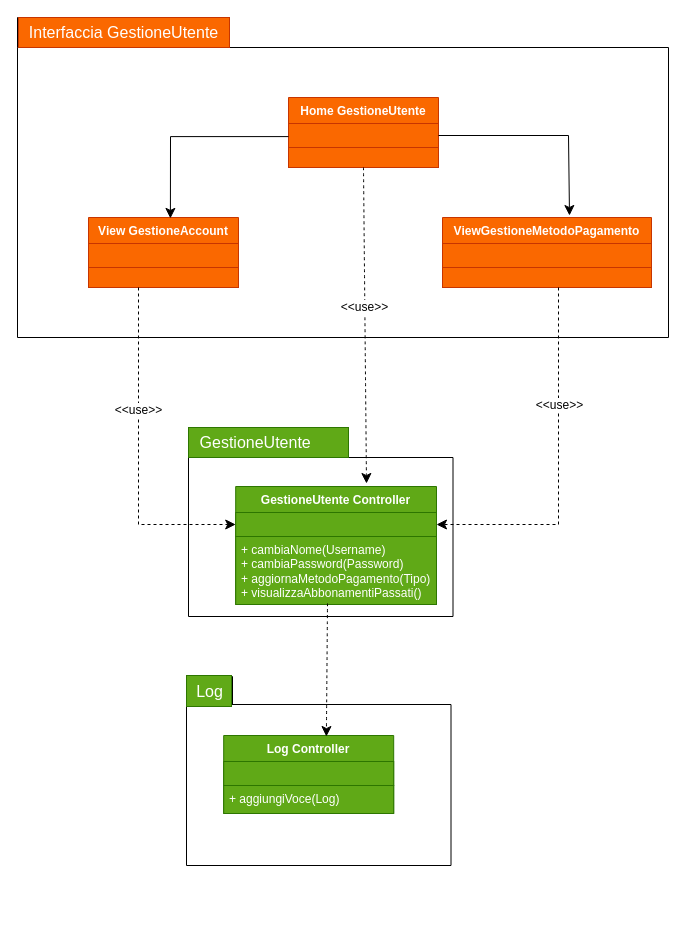
Above: Diagrammi_Package/Classi/Diagramma senza titolo.drawio in JosephBoom02/Progetto_Ingegneria_del_Software (draw.io), before the change. Source tidied: cells renumbered, new cells numbered last; positions are measured from the earlier drawing's top-left corner, leaving out a move shared by most shapes. Both pictures are drawn from the tidied source at 100%, with x=0, y=0 at pixel (17, 17).
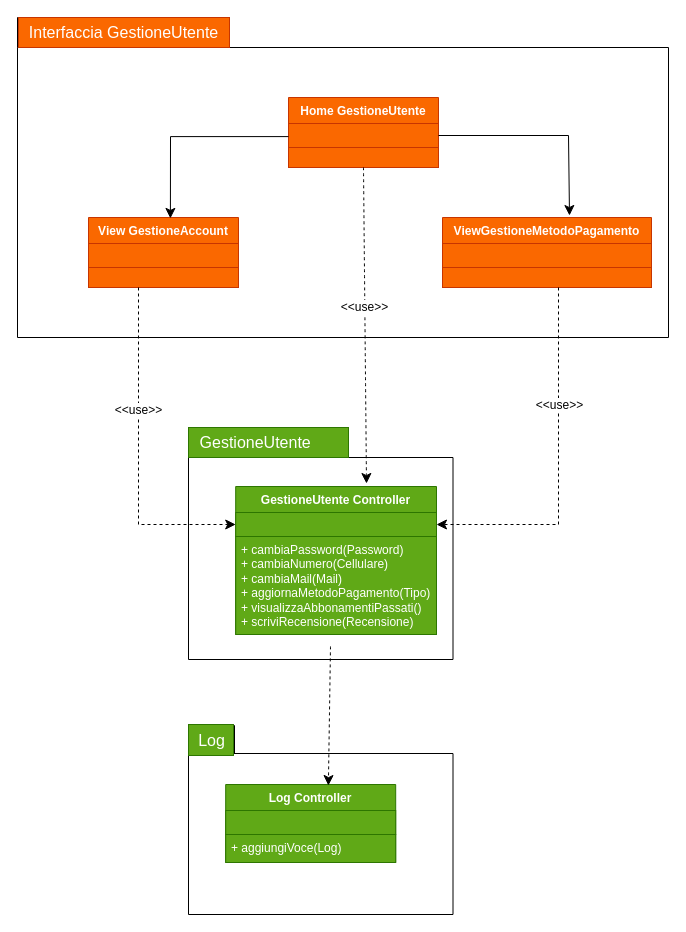
Above is the later version.

Change to the diagram source:
```diff
@@
     <mxCell id="5" style="shape=folder;fontStyle=1;spacingTop=10;tabWidth=156;tabHeight=30;tabPosition=left;html=1;whiteSpace=wrap;" parent="1" vertex="1">
-      <mxGeometry x="171" y="410" width="264.5" height="189" as="geometry" />
+      <mxGeometry x="171" y="410" width="264.5" height="232" as="geometry" />
     </mxCell>
@@
     <mxCell id="19" value="&lt;font color=&quot;#ffffff&quot;&gt;GestioneUtente Controller&lt;br&gt;&lt;/font&gt;" style="swimlane;fontStyle=1;align=center;verticalAlign=top;horizontal=1;startSize=26;whiteSpace=wrap;html=1;fillColor=#60a917;fontColor=#ffffff;strokeColor=#2D7600;" parent="1" vertex="1">
-      <mxGeometry x="218.2" y="469" width="200.8" height="118" as="geometry" />
+      <mxGeometry x="218.2" y="469" width="200.8" height="148" as="geometry" />
     </mxCell>
@@
-    <mxCell id="22" value="&lt;div&gt;+ cambiaNome(Username)&lt;/div&gt;&lt;div&gt;+ cambiaPassword(Password)&lt;br&gt;&lt;/div&gt;&lt;div&gt;+ aggiornaMetodoPagamento(Tipo)&lt;br&gt;&lt;/div&gt;&lt;div&gt;+ visualizzaAbbonamentiPassati()&lt;br&gt;&lt;/div&gt;" style="text;strokeColor=#2D7600;fillColor=#60a917;align=left;verticalAlign=top;spacingLeft=4;spacingRight=4;overflow=hidden;whiteSpace=wrap;html=1;fontColor=#ffffff;" parent="19" vertex="1">
-      <mxGeometry y="50" width="200.8" height="68" as="geometry" />
+    <mxCell id="22" value="&lt;div&gt;&lt;span style=&quot;background-color: initial;&quot;&gt;+ cambiaPassword(Password)&lt;/span&gt;&lt;br&gt;&lt;/div&gt;&lt;div&gt;+ cambiaNumero(Cellulare)&lt;/div&gt;&lt;div&gt;+ cambiaMail(Mail)&lt;/div&gt;&lt;div&gt;+ aggiornaMetodoPagamento(Tipo)&lt;br&gt;&lt;/div&gt;&lt;div&gt;+ visualizzaAbbonamentiPassati()&lt;br&gt;&lt;/div&gt;&lt;div&gt;+ scriviRecensione(Recensione)&lt;/div&gt;" style="text;strokeColor=#2D7600;fillColor=#60a917;align=left;verticalAlign=top;spacingLeft=4;spacingRight=4;overflow=hidden;whiteSpace=wrap;html=1;fontColor=#ffffff;" parent="19" vertex="1">
+      <mxGeometry y="50" width="200.8" height="98" as="geometry" />
     </mxCell>
@@
     <mxCell id="32" style="shape=folder;fontStyle=1;spacingTop=10;tabWidth=46;tabHeight=28;tabPosition=left;html=1;whiteSpace=wrap;" parent="1" vertex="1">
-      <mxGeometry x="169" y="659" width="264.5" height="189" as="geometry" />
+      <mxGeometry x="171" y="708" width="264.5" height="189" as="geometry" />
     </mxCell>
     <mxCell id="33" value="Log" style="text;html=1;align=center;verticalAlign=middle;fontSize=16;fillColor=#60a917;fontColor=#ffffff;strokeColor=#2D7600;" parent="1" vertex="1">
-      <mxGeometry x="169" y="658" width="45" height="31" as="geometry" />
+      <mxGeometry x="171" y="707" width="45" height="31" as="geometry" />
     </mxCell>
     <mxCell id="34" value="Log Controller" style="swimlane;fontStyle=1;align=center;verticalAlign=top;horizontal=1;startSize=26;whiteSpace=wrap;html=1;fillColor=#60a917;fontColor=#ffffff;strokeColor=#2D7600;" parent="1" vertex="1">
-      <mxGeometry x="206.2" y="718" width="170" height="78" as="geometry" />
+      <mxGeometry x="208.2" y="767" width="170" height="78" as="geometry" />
     </mxCell>
@@
     <mxCell id="38" style="edgeStyle=none;curved=1;rounded=0;jettySize=auto;html=1;entryX=0.604;entryY=0.013;entryDx=0;entryDy=0;entryPerimeter=0;fontSize=12;startSize=8;endSize=8;dashed=1;" parent="1" edge="1" target="34">
       <mxGeometry relative="1" as="geometry">
-        <mxPoint x="310" y="586" as="sourcePoint" />
+        <mxPoint x="313" y="629" as="sourcePoint" />
       </mxGeometry>
     </mxCell>
```
